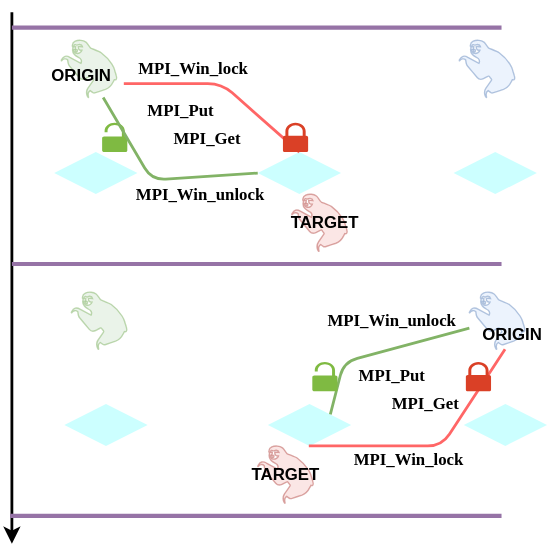
ENCCS/intermediate-mpi keeps this draw.io diagram as content/img/E03-passive_target_communication.svg. Above is the earlier version. Source tidied: cells renumbered, new cells last; positions are measured from the earlier drawing's top-left corner, leaving out a move shared by most shapes. Source of this version:
```xml
<mxGraphModel>
  <root>
    <mxCell id="0" />
    <mxCell id="1" parent="0" />
    <mxCell id="2" style="shape=mxgraph.signs.animals.sloth;html=1;fillColor=#d5e8d4;strokeColor=#82b366;verticalLabelPosition=bottom;verticalAlign=top;align=center;opacity=50;" parent="1" vertex="1">
      <mxGeometry x="36.2" y="20" width="40" height="41" as="geometry" />
    </mxCell>
    <mxCell id="3" style="shape=mxgraph.signs.animals.sloth;html=1;fillColor=#f8cecc;strokeColor=#b85450;verticalLabelPosition=bottom;verticalAlign=top;align=center;opacity=50;" parent="1" vertex="1">
      <mxGeometry x="201" y="130" width="40" height="41" as="geometry" />
    </mxCell>
    <mxCell id="4" style="rhombus;whiteSpace=wrap;html=1;fillColor=#CCFFFF;strokeColor=none;shadow=0;" parent="1" vertex="1">
      <mxGeometry x="31.2" y="100" width="59.5" height="30" as="geometry" />
    </mxCell>
    <mxCell id="5" style="rhombus;whiteSpace=wrap;html=1;fillColor=#CCFFFF;strokeColor=none;shadow=0;" parent="1" vertex="1">
      <mxGeometry x="176.8" y="100" width="59.5" height="30" as="geometry" />
    </mxCell>
    <mxCell id="6" style="shape=mxgraph.signs.animals.sloth;html=1;fillColor=#dae8fc;strokeColor=#6c8ebf;verticalLabelPosition=bottom;verticalAlign=top;align=center;opacity=50;" parent="1" vertex="1">
      <mxGeometry x="320.8" y="20" width="40" height="41" as="geometry" />
    </mxCell>
    <mxCell id="7" style="rhombus;whiteSpace=wrap;html=1;fillColor=#CCFFFF;strokeColor=none;shadow=0;" parent="1" vertex="1">
      <mxGeometry x="316.8" y="100" width="59.5" height="30" as="geometry" />
    </mxCell>
    <mxCell id="8" style="shadow=0;dashed=0;html=1;strokeColor=none;labelPosition=center;verticalLabelPosition=bottom;verticalAlign=top;align=center;shape=mxgraph.office.security.lock_unprotected;fillColor=#7FBA42;" parent="1" vertex="1">
      <mxGeometry x="65.5" y="79" width="18" height="21" as="geometry" />
    </mxCell>
    <mxCell id="9" style="endArrow=none;html=1;strokeColor=#FF6666;strokeWidth=2;entryX=0.5;entryY=0;entryDx=0;entryDy=0;endFill=0;" parent="1" edge="1" target="5">
      <mxGeometry relative="1" as="geometry">
        <mxPoint x="81" y="51" as="sourcePoint" />
        <Array as="points">
          <mxPoint x="151" y="51" />
        </Array>
      </mxGeometry>
    </mxCell>
    <mxCell id="10" style="shadow=0;dashed=0;html=1;strokeColor=none;labelPosition=center;verticalLabelPosition=bottom;verticalAlign=top;align=center;shape=mxgraph.office.security.lock_protected;fillColor=#DA4026;" parent="1" vertex="1">
      <mxGeometry x="194.8" y="79" width="18" height="21" as="geometry" />
    </mxCell>
    <mxCell id="11" value="&lt;font face=&quot;Fira Code&quot;&gt;&lt;b&gt;MPI_Win_lock&lt;/b&gt;&lt;/font&gt;" style="text;html=1;strokeColor=none;fillColor=none;align=center;verticalAlign=middle;whiteSpace=wrap;rounded=0;shadow=0;fontFamily=Helvetica;opacity=50;" parent="1" vertex="1">
      <mxGeometry x="111.2" y="30.5" width="40" height="20" as="geometry" />
    </mxCell>
    <mxCell id="12" style="endArrow=none;html=1;strokeColor=#82b366;strokeWidth=2;exitX=0.5;exitY=1;exitDx=0;exitDy=0;entryX=0;entryY=0.5;entryDx=0;entryDy=0;endFill=0;fillColor=#d5e8d4;" parent="1" edge="1" target="5">
      <mxGeometry relative="1" as="geometry">
        <mxPoint x="66.2" y="61" as="sourcePoint" />
        <Array as="points">
          <mxPoint x="101" y="120" />
        </Array>
      </mxGeometry>
    </mxCell>
    <mxCell id="13" value="&lt;font face=&quot;Fira Code&quot;&gt;&lt;b&gt;MPI_Win_unlock&lt;/b&gt;&lt;/font&gt;" style="text;html=1;strokeColor=none;fillColor=none;align=center;verticalAlign=middle;whiteSpace=wrap;rounded=0;shadow=0;fontFamily=Helvetica;opacity=50;" parent="1" vertex="1">
      <mxGeometry x="115.8" y="121" width="40" height="20" as="geometry" />
    </mxCell>
    <mxCell id="14" value="&lt;font face=&quot;Fira Code&quot;&gt;&lt;b&gt;MPI_Put&lt;/b&gt;&lt;/font&gt;" style="text;html=1;strokeColor=none;fillColor=none;align=center;verticalAlign=middle;whiteSpace=wrap;rounded=0;shadow=0;fontFamily=Helvetica;opacity=50;" parent="1" vertex="1">
      <mxGeometry x="101.5" y="61" width="40" height="20" as="geometry" />
    </mxCell>
    <mxCell id="15" value="&lt;font face=&quot;Fira Code&quot;&gt;&lt;b&gt;MPI_Get&lt;/b&gt;&lt;/font&gt;" style="text;html=1;strokeColor=none;fillColor=none;align=center;verticalAlign=middle;whiteSpace=wrap;rounded=0;shadow=0;fontFamily=Helvetica;opacity=50;" parent="1" vertex="1">
      <mxGeometry x="121" y="81" width="40" height="20" as="geometry" />
    </mxCell>
    <mxCell id="16" style="shape=mxgraph.signs.animals.sloth;html=1;fillColor=#d5e8d4;strokeColor=#82b366;verticalLabelPosition=bottom;verticalAlign=top;align=center;opacity=50;" parent="1" vertex="1">
      <mxGeometry x="43.5" y="200" width="40" height="41" as="geometry" />
    </mxCell>
    <mxCell id="17" style="shape=mxgraph.signs.animals.sloth;html=1;fillColor=#f8cecc;strokeColor=#b85450;verticalLabelPosition=bottom;verticalAlign=top;align=center;opacity=50;" parent="1" vertex="1">
      <mxGeometry x="176.8" y="310" width="40" height="41" as="geometry" />
    </mxCell>
    <mxCell id="18" style="rhombus;whiteSpace=wrap;html=1;fillColor=#CCFFFF;strokeColor=none;shadow=0;" parent="1" vertex="1">
      <mxGeometry x="38.5" y="280" width="59.5" height="30" as="geometry" />
    </mxCell>
    <mxCell id="19" style="rhombus;whiteSpace=wrap;html=1;fillColor=#CCFFFF;strokeColor=none;shadow=0;" parent="1" vertex="1">
      <mxGeometry x="184" y="280" width="59.5" height="30" as="geometry" />
    </mxCell>
    <mxCell id="20" style="shape=mxgraph.signs.animals.sloth;html=1;fillColor=#dae8fc;strokeColor=#6c8ebf;verticalLabelPosition=bottom;verticalAlign=top;align=center;opacity=50;" parent="1" vertex="1">
      <mxGeometry x="328" y="200" width="40" height="41" as="geometry" />
    </mxCell>
    <mxCell id="21" style="rhombus;whiteSpace=wrap;html=1;fillColor=#CCFFFF;strokeColor=none;shadow=0;" parent="1" vertex="1">
      <mxGeometry x="324" y="280" width="59.5" height="30" as="geometry" />
    </mxCell>
    <mxCell id="22" style="endArrow=none;html=1;strokeColor=#FF6666;strokeWidth=2;entryX=0.5;entryY=1;entryDx=0;entryDy=0;endFill=0;" parent="1" edge="1">
      <mxGeometry relative="1" as="geometry">
        <mxPoint x="213.2" y="310" as="sourcePoint" />
        <mxPoint x="353.5" y="241" as="targetPoint" />
        <Array as="points">
          <mxPoint x="308.2" y="310" />
        </Array>
      </mxGeometry>
    </mxCell>
    <mxCell id="23" style="shadow=0;dashed=0;html=1;strokeColor=none;labelPosition=center;verticalLabelPosition=bottom;verticalAlign=top;align=center;shape=mxgraph.office.security.lock_protected;fillColor=#DA4026;" parent="1" vertex="1">
      <mxGeometry x="325.5" y="250" width="18" height="21" as="geometry" />
    </mxCell>
    <mxCell id="24" style="endArrow=none;html=1;strokeColor=#82b366;strokeWidth=2;exitX=1;exitY=0;exitDx=0;exitDy=0;endFill=0;fillColor=#d5e8d4;" parent="1" edge="1" source="19" target="20">
      <mxGeometry relative="1" as="geometry">
        <Array as="points">
          <mxPoint x="238.2" y="250" />
        </Array>
      </mxGeometry>
    </mxCell>
    <mxCell id="25" style="shadow=0;dashed=0;html=1;strokeColor=none;labelPosition=center;verticalLabelPosition=bottom;verticalAlign=top;align=center;shape=mxgraph.office.security.lock_unprotected;fillColor=#7FBA42;" parent="1" vertex="1">
      <mxGeometry x="215.8" y="250" width="18" height="21" as="geometry" />
    </mxCell>
    <mxCell id="26" value="&lt;font face=&quot;Fira Code&quot;&gt;&lt;b&gt;MPI_Win_unlock&lt;/b&gt;&lt;/font&gt;" style="text;html=1;strokeColor=none;fillColor=none;align=center;verticalAlign=middle;whiteSpace=wrap;rounded=0;shadow=0;fontFamily=Helvetica;opacity=50;" parent="1" vertex="1">
      <mxGeometry x="253.2" y="210.5" width="40" height="20" as="geometry" />
    </mxCell>
    <mxCell id="27" value="&lt;font face=&quot;Fira Code&quot;&gt;&lt;b&gt;MPI_Win_lock&lt;/b&gt;&lt;/font&gt;" style="text;html=1;strokeColor=none;fillColor=none;align=center;verticalAlign=middle;whiteSpace=wrap;rounded=0;shadow=0;fontFamily=Helvetica;opacity=50;" parent="1" vertex="1">
      <mxGeometry x="265" y="310" width="40" height="20" as="geometry" />
    </mxCell>
    <mxCell id="28" value="&lt;font face=&quot;Fira Code&quot;&gt;&lt;b&gt;MPI_Put&lt;/b&gt;&lt;/font&gt;" style="text;html=1;strokeColor=none;fillColor=none;align=center;verticalAlign=middle;whiteSpace=wrap;rounded=0;shadow=0;fontFamily=Helvetica;opacity=50;" parent="1" vertex="1">
      <mxGeometry x="253.2" y="250" width="40" height="20" as="geometry" />
    </mxCell>
    <mxCell id="29" value="&lt;font face=&quot;Fira Code&quot;&gt;&lt;b&gt;MPI_Get&lt;/b&gt;&lt;/font&gt;" style="text;html=1;strokeColor=none;fillColor=none;align=center;verticalAlign=middle;whiteSpace=wrap;rounded=0;shadow=0;fontFamily=Helvetica;opacity=50;" parent="1" vertex="1">
      <mxGeometry x="276.8" y="270" width="40" height="20" as="geometry" />
    </mxCell>
    <mxCell id="30" style="endArrow=classic;html=1;strokeWidth=2;" parent="1" edge="1">
      <mxGeometry relative="1" as="geometry">
        <mxPoint x="1" as="sourcePoint" />
        <mxPoint x="1" y="380" as="targetPoint" />
      </mxGeometry>
    </mxCell>
    <mxCell id="31" style="endArrow=none;html=1;strokeWidth=3;fillColor=#e1d5e7;strokeColor=#9673a6;" parent="1" edge="1">
      <mxGeometry relative="1" as="geometry">
        <mxPoint x="351" y="180" as="sourcePoint" />
        <mxPoint x="1" y="180" as="targetPoint" />
      </mxGeometry>
    </mxCell>
    <mxCell id="32" style="endArrow=none;html=1;strokeWidth=3;fillColor=#e1d5e7;strokeColor=#9673a6;" parent="1" edge="1">
      <mxGeometry relative="1" as="geometry">
        <mxPoint x="351" y="360" as="sourcePoint" />
        <mxPoint x="-0.2" y="360" as="targetPoint" />
      </mxGeometry>
    </mxCell>
    <mxCell id="33" style="endArrow=none;html=1;strokeWidth=3;fillColor=#e1d5e7;strokeColor=#9673a6;" parent="1" edge="1">
      <mxGeometry relative="1" as="geometry">
        <mxPoint x="351" y="11" as="sourcePoint" />
        <mxPoint x="1" y="11" as="targetPoint" />
      </mxGeometry>
    </mxCell>
    <mxCell id="34" value="&lt;b&gt;ORIGIN&lt;/b&gt;" style="text;html=1;strokeColor=none;fillColor=none;align=center;verticalAlign=middle;whiteSpace=wrap;rounded=0;shadow=0;" parent="1" vertex="1">
      <mxGeometry x="26.2" y="36" width="50" height="20" as="geometry" />
    </mxCell>
    <mxCell id="35" value="&lt;b&gt;TARGET&lt;/b&gt;" style="text;html=1;strokeColor=none;fillColor=none;align=center;verticalAlign=middle;whiteSpace=wrap;rounded=0;shadow=0;" parent="1" vertex="1">
      <mxGeometry x="199.8" y="141" width="50" height="20" as="geometry" />
    </mxCell>
    <mxCell id="36" value="&lt;b&gt;TARGET&lt;/b&gt;" style="text;html=1;strokeColor=none;fillColor=none;align=center;verticalAlign=middle;whiteSpace=wrap;rounded=0;shadow=0;" parent="1" vertex="1">
      <mxGeometry x="171.8" y="320.5" width="50" height="20" as="geometry" />
    </mxCell>
    <mxCell id="37" value="&lt;b&gt;ORIGIN&lt;/b&gt;" style="text;html=1;strokeColor=none;fillColor=none;align=center;verticalAlign=middle;whiteSpace=wrap;rounded=0;shadow=0;" parent="1" vertex="1">
      <mxGeometry x="333.5" y="221" width="50" height="20" as="geometry" />
    </mxCell>
  </root>
</mxGraphModel>
```
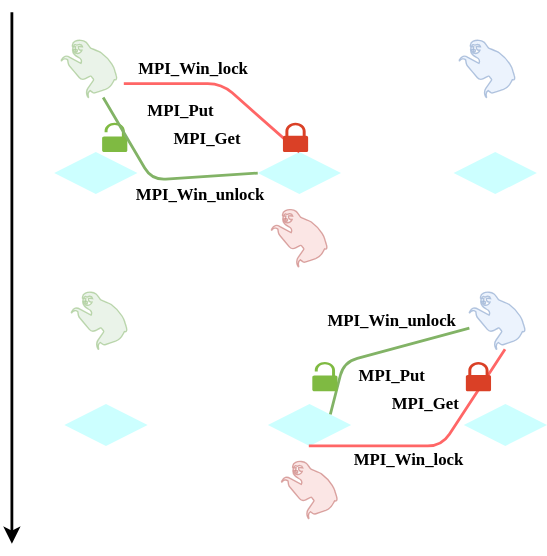
After the change.

Commit message:
Rename one more figure

What changed in the source:
```diff
@@ -6,7 +6,7 @@
       <mxGeometry x="36.2" y="20" width="40" height="41" as="geometry" />
     </mxCell>
     <mxCell id="3" style="shape=mxgraph.signs.animals.sloth;html=1;fillColor=#f8cecc;strokeColor=#b85450;verticalLabelPosition=bottom;verticalAlign=top;align=center;opacity=50;" parent="1" vertex="1">
-      <mxGeometry x="201" y="130" width="40" height="41" as="geometry" />
+      <mxGeometry x="186.5" y="141" width="40" height="41" as="geometry" />
     </mxCell>
     <mxCell id="4" style="rhombus;whiteSpace=wrap;html=1;fillColor=#CCFFFF;strokeColor=none;shadow=0;" parent="1" vertex="1">
       <mxGeometry x="31.2" y="100" width="59.5" height="30" as="geometry" />
@@ -58,7 +58,7 @@
       <mxGeometry x="43.5" y="200" width="40" height="41" as="geometry" />
     </mxCell>
     <mxCell id="17" style="shape=mxgraph.signs.animals.sloth;html=1;fillColor=#f8cecc;strokeColor=#b85450;verticalLabelPosition=bottom;verticalAlign=top;align=center;opacity=50;" parent="1" vertex="1">
-      <mxGeometry x="176.8" y="310" width="40" height="41" as="geometry" />
+      <mxGeometry x="193.8" y="321" width="40" height="41" as="geometry" />
     </mxCell>
     <mxCell id="18" style="rhombus;whiteSpace=wrap;html=1;fillColor=#CCFFFF;strokeColor=none;shadow=0;" parent="1" vertex="1">
       <mxGeometry x="38.5" y="280" width="59.5" height="30" as="geometry" />
@@ -112,35 +112,5 @@
         <mxPoint x="1" y="380" as="targetPoint" />
       </mxGeometry>
     </mxCell>
-    <mxCell id="31" style="endArrow=none;html=1;strokeWidth=3;fillColor=#e1d5e7;strokeColor=#9673a6;" parent="1" edge="1">
-      <mxGeometry relative="1" as="geometry">
-        <mxPoint x="351" y="180" as="sourcePoint" />
-        <mxPoint x="1" y="180" as="targetPoint" />
-      </mxGeometry>
-    </mxCell>
-    <mxCell id="32" style="endArrow=none;html=1;strokeWidth=3;fillColor=#e1d5e7;strokeColor=#9673a6;" parent="1" edge="1">
-      <mxGeometry relative="1" as="geometry">
-        <mxPoint x="351" y="360" as="sourcePoint" />
-        <mxPoint x="-0.2" y="360" as="targetPoint" />
-      </mxGeometry>
-    </mxCell>
-    <mxCell id="33" style="endArrow=none;html=1;strokeWidth=3;fillColor=#e1d5e7;strokeColor=#9673a6;" parent="1" edge="1">
-      <mxGeometry relative="1" as="geometry">
-        <mxPoint x="351" y="11" as="sourcePoint" />
-        <mxPoint x="1" y="11" as="targetPoint" />
-      </mxGeometry>
-    </mxCell>
-    <mxCell id="34" value="&lt;b&gt;ORIGIN&lt;/b&gt;" style="text;html=1;strokeColor=none;fillColor=none;align=center;verticalAlign=middle;whiteSpace=wrap;rounded=0;shadow=0;" parent="1" vertex="1">
-      <mxGeometry x="26.2" y="36" width="50" height="20" as="geometry" />
-    </mxCell>
-    <mxCell id="35" value="&lt;b&gt;TARGET&lt;/b&gt;" style="text;html=1;strokeColor=none;fillColor=none;align=center;verticalAlign=middle;whiteSpace=wrap;rounded=0;shadow=0;" parent="1" vertex="1">
-      <mxGeometry x="199.8" y="141" width="50" height="20" as="geometry" />
-    </mxCell>
-    <mxCell id="36" value="&lt;b&gt;TARGET&lt;/b&gt;" style="text;html=1;strokeColor=none;fillColor=none;align=center;verticalAlign=middle;whiteSpace=wrap;rounded=0;shadow=0;" parent="1" vertex="1">
-      <mxGeometry x="171.8" y="320.5" width="50" height="20" as="geometry" />
-    </mxCell>
-    <mxCell id="37" value="&lt;b&gt;ORIGIN&lt;/b&gt;" style="text;html=1;strokeColor=none;fillColor=none;align=center;verticalAlign=middle;whiteSpace=wrap;rounded=0;shadow=0;" parent="1" vertex="1">
-      <mxGeometry x="333.5" y="221" width="50" height="20" as="geometry" />
-    </mxCell>
   </root>
 </mxGraphModel>
```
